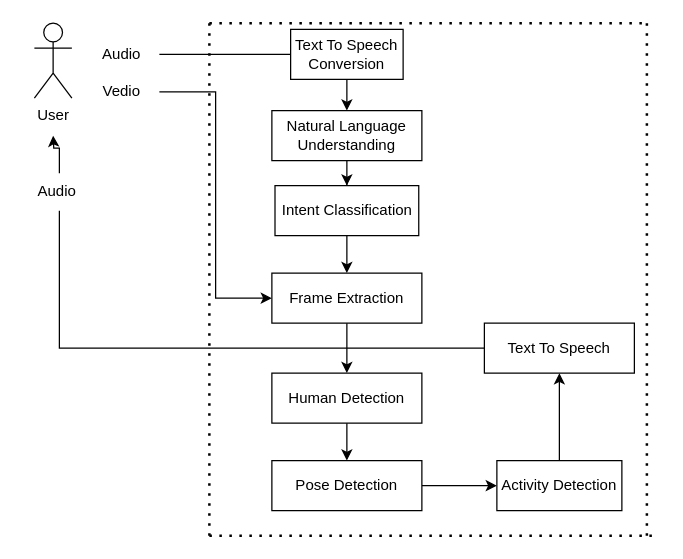
The draw.io diagram Untitled Diagram.drawio in ahmad2001hotmailyahoo/ahmad-arc, before the edit. Source tidied: cells renumbered, new cells numbered last; positions are measured from the earlier drawing's top-left corner, leaving out a move shared by most shapes. Both pictures are drawn from the tidied source at 125%, with x=0, y=0 at pixel (21, 22).
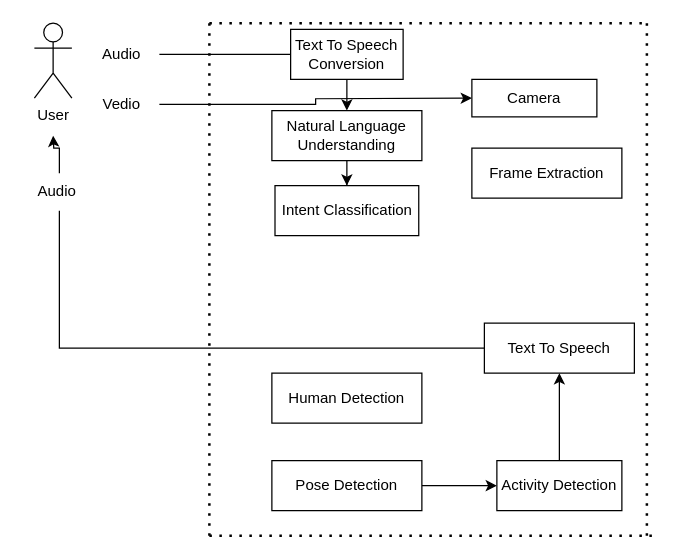
The same page after the edit.

The change refers to these unchanged cells:
```xml
<mxCell id="10" value="Intent Classification" style="whiteSpace=wrap;html=1;" parent="1" vertex="1">
  <mxGeometry x="202.5" y="130" width="115" height="40" as="geometry" />
</mxCell>
<mxCell id="16" value="Human Detection" style="whiteSpace=wrap;html=1;" parent="1" vertex="1">
  <mxGeometry x="200" y="280" width="120" height="40" as="geometry" />
</mxCell>
<mxCell id="18" value="Pose Detection" style="whiteSpace=wrap;html=1;" parent="1" vertex="1">
  <mxGeometry x="200" y="350" width="120" height="40" as="geometry" />
</mxCell>
```

What changed in the source:
```diff
@@
-    <mxCell id="5" style="edgeStyle=orthogonalEdgeStyle;rounded=0;jettySize=auto;html=1;entryX=0;entryY=0.5;entryDx=0;entryDy=0;" parent="1" edge="1" source="6" target="12">
-      <mxGeometry relative="1" as="geometry" />
+    <mxCell id="5" style="edgeStyle=orthogonalEdgeStyle;rounded=0;jettySize=auto;html=1;" parent="1" edge="1" source="6">
+      <mxGeometry relative="1" as="geometry">
+        <mxPoint x="360" y="60" as="targetPoint" />
+      </mxGeometry>
     </mxCell>
     <mxCell id="6" value="Vedio" style="text;html=1;strokeColor=none;fillColor=none;align=center;verticalAlign=middle;whiteSpace=wrap;rounded=0;" parent="1" vertex="1">
-      <mxGeometry x="50" y="40" width="60" height="30" as="geometry" />
+      <mxGeometry x="50" y="50" width="60" height="30" as="geometry" />
     </mxCell>
@@
-    <mxCell id="9" style="edgeStyle=orthogonalEdgeStyle;rounded=0;jettySize=auto;html=1;" parent="1" edge="1" source="10" target="12">
-      <mxGeometry relative="1" as="geometry" />
-    </mxCell>
@@
-    <mxCell id="11" style="edgeStyle=orthogonalEdgeStyle;rounded=0;jettySize=auto;html=1;" parent="1" edge="1" source="12" target="16">
-      <mxGeometry relative="1" as="geometry" />
-    </mxCell>
     <mxCell id="12" value="Frame Extraction" style="whiteSpace=wrap;html=1;" parent="1" vertex="1">
-      <mxGeometry x="200" y="200" width="120" height="40" as="geometry" />
+      <mxGeometry x="360" y="100" width="120" height="40" as="geometry" />
     </mxCell>
@@
-    <mxCell id="15" style="edgeStyle=orthogonalEdgeStyle;rounded=0;jettySize=auto;html=1;" parent="1" edge="1" source="16" target="18">
-      <mxGeometry relative="1" as="geometry" />
-    </mxCell>
@@
+    <mxCell id="29" value="Camera&lt;br&gt;" style="rounded=0;whiteSpace=wrap;html=1;" parent="1" vertex="1">
+      <mxGeometry x="360" y="45" width="100" height="30" as="geometry" />
+    </mxCell>
```
